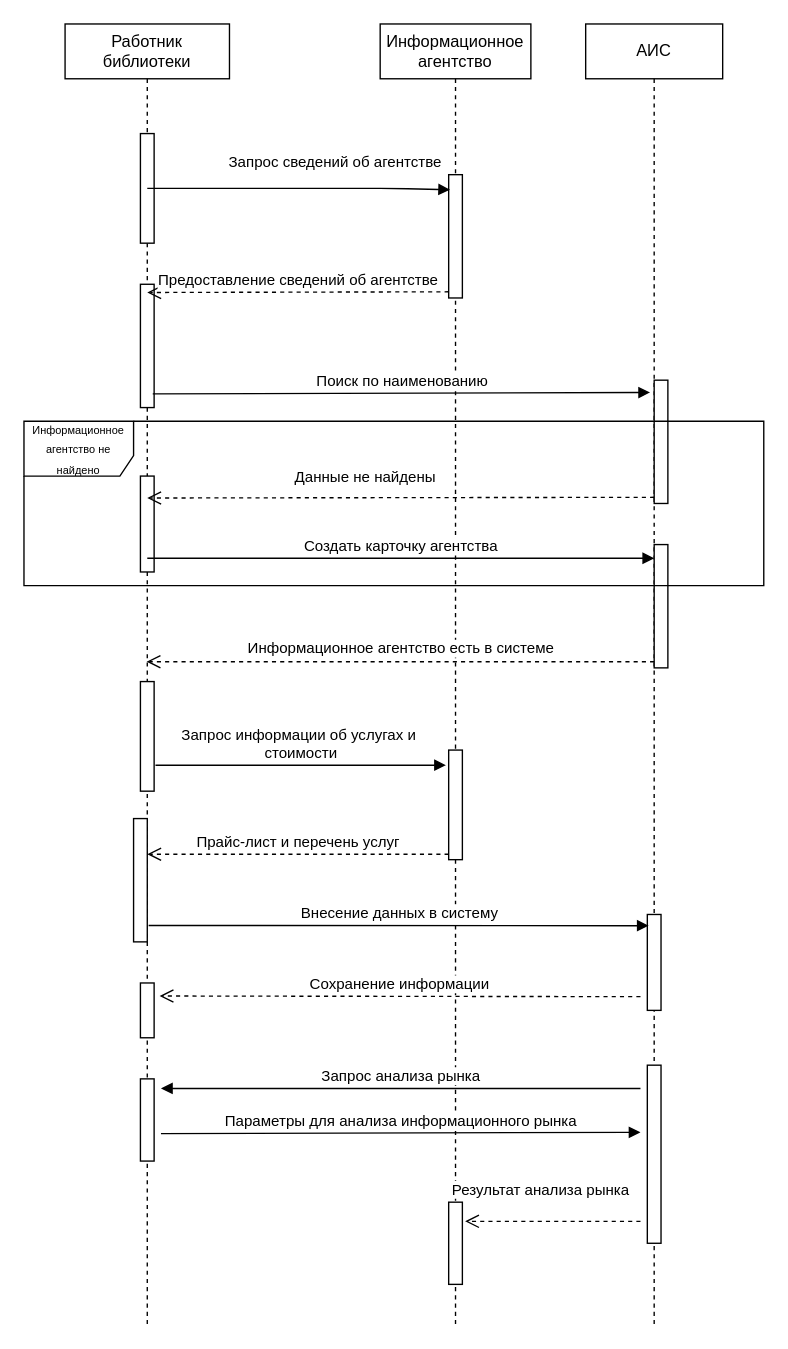
GkFoxes/Colleges keeps this draw.io diagram as Polytech/CourseThree/TRPO/Диаграммы/Диаграмма последовательности.drawio. Above is the earlier version. Source tidied: cells renumbered, new cells numbered last; positions are measured from the earlier drawing's top-left corner, leaving out a move shared by most shapes. Both pictures are drawn from the tidied source at 137%, with x=0, y=0 at pixel (23, 23).
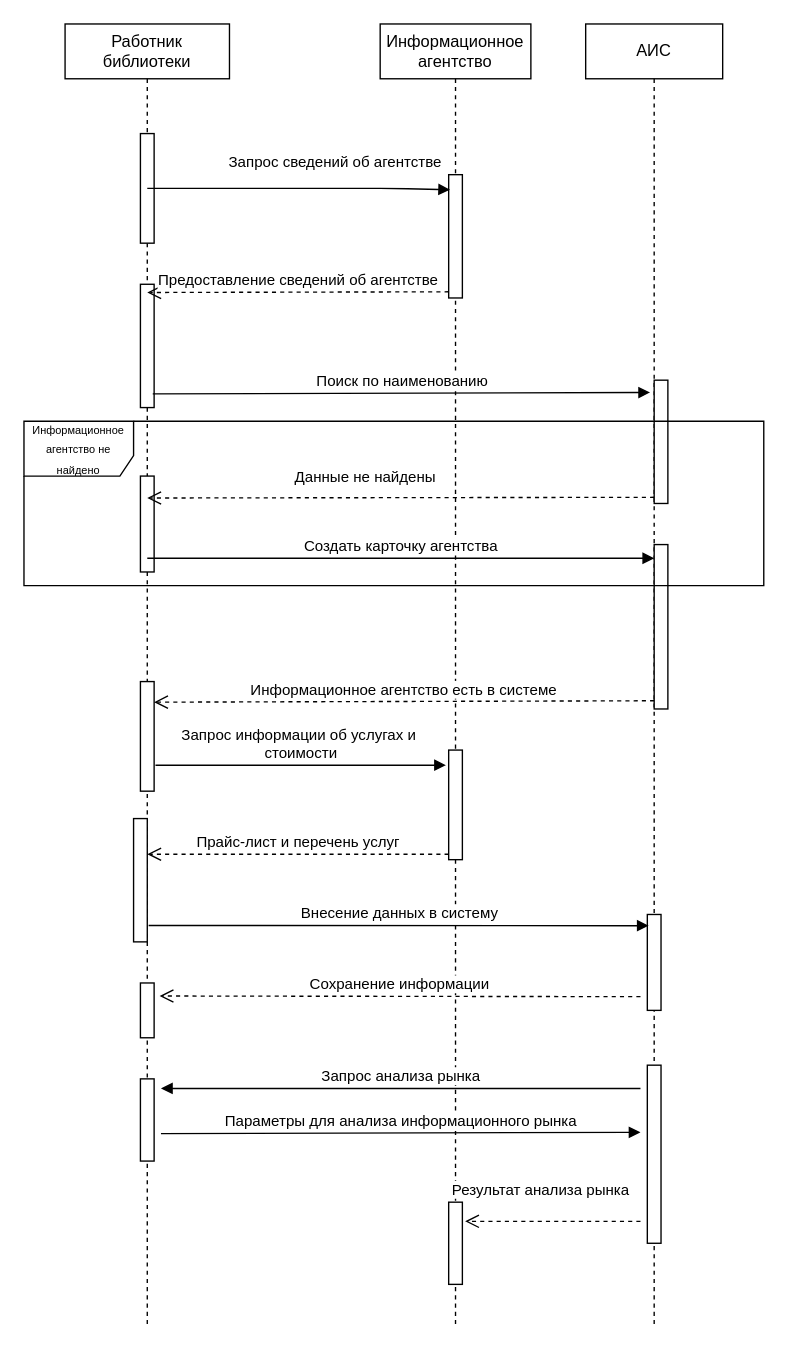
After the change.

Unchanged cells that the change refers to:
```xml
<mxCell id="2" value="Работник библиотеки" style="shape=umlLifeline;perimeter=lifelinePerimeter;whiteSpace=wrap;html=1;outlineConnect=0;" parent="1" vertex="1">
  <mxGeometry x="30" width="120" height="950" as="geometry" />
</mxCell>
<mxCell id="6" style="html=1;points=[];perimeter=orthogonalPerimeter;" parent="2" vertex="1">
  <mxGeometry x="55" y="480" width="10" height="80" as="geometry" />
</mxCell>
<mxCell id="13" value="АИС" style="shape=umlLifeline;perimeter=lifelinePerimeter;whiteSpace=wrap;html=1;" parent="1" vertex="1">
  <mxGeometry x="410" width="100" height="950" as="geometry" />
</mxCell>
```

Change to the diagram source:
```diff
@@
     <mxCell id="16" style="html=1;points=[];perimeter=orthogonalPerimeter;" parent="13" vertex="1">
-      <mxGeometry x="50" y="380" width="10" height="90" as="geometry" />
+      <mxGeometry x="50" y="380" width="10" height="120" as="geometry" />
     </mxCell>
@@
-    <mxCell id="24" value="Информационное агентство есть в системе" style="html=1;verticalAlign=bottom;endArrow=open;dashed=1;endSize=8;exitX=0;exitY=0.95;" parent="1" edge="1" source="16" target="2">
+    <mxCell id="24" value="Информационное агентство есть в системе" style="html=1;verticalAlign=bottom;endArrow=open;dashed=1;endSize=8;exitX=0;exitY=0.95;entryX=1;entryY=0.188;entryDx=0;entryDy=0;entryPerimeter=0;" parent="1" edge="1" source="16" target="6">
       <mxGeometry relative="1" as="geometry" />
     </mxCell>
```
